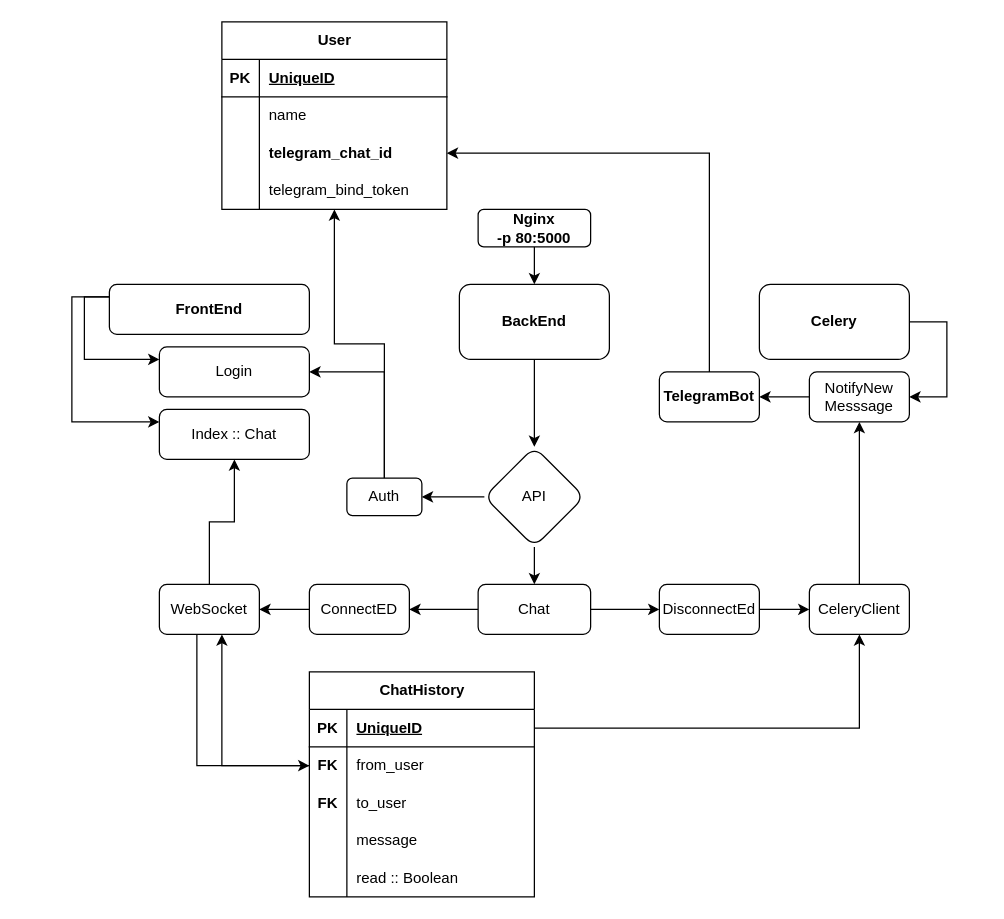
Above: WebDevelopment/MindFusion/data/diagram.drawio in ames0k0/TestWork (draw.io), before the change. Source tidied: cells renumbered, new cells numbered last; positions are measured from the earlier drawing's top-left corner, leaving out a move shared by most shapes. Both pictures are drawn from the tidied source at 125%, with x=0, y=0 at pixel (71, 21).
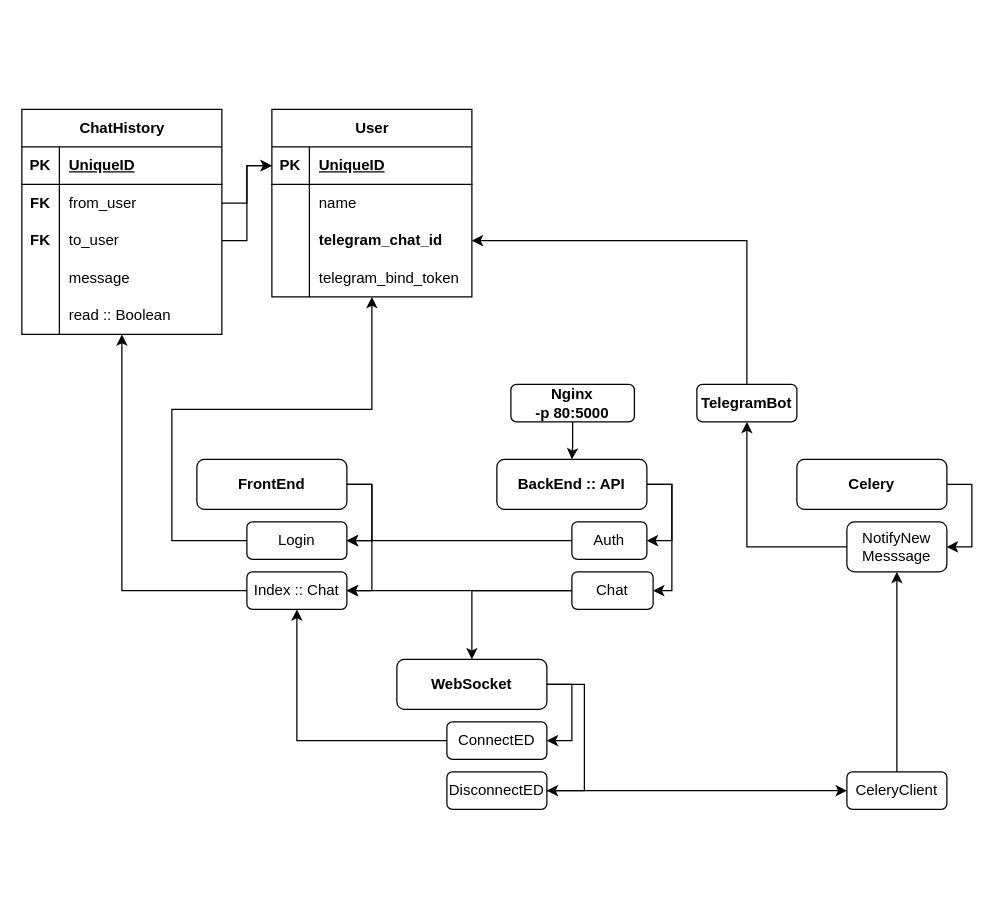
The same diagram, later.

What changed in the source:
```diff
@@
     <mxCell id="2" style="edgeStyle=orthogonalEdgeStyle;rounded=0;jettySize=auto;html=1;" parent="1" edge="1" source="4" target="12">
       <mxGeometry relative="1" as="geometry">
         <Array as="points">
-          <mxPoint x="10" y="220" />
-          <mxPoint x="10" y="270" />
+          <mxPoint x="240" y="370" />
+          <mxPoint x="240" y="415" />
         </Array>
       </mxGeometry>
     </mxCell>
     <mxCell id="3" style="edgeStyle=orthogonalEdgeStyle;rounded=0;jettySize=auto;html=1;" parent="1" edge="1" source="4" target="13">
       <mxGeometry relative="1" as="geometry">
         <Array as="points">
-          <mxPoint y="220" />
-          <mxPoint y="320" />
+          <mxPoint x="240" y="370" />
+          <mxPoint x="240" y="455" />
         </Array>
       </mxGeometry>
     </mxCell>
     <mxCell id="4" value="&lt;b&gt;FrontEnd&lt;/b&gt;" style="rounded=1;whiteSpace=wrap;html=1;" parent="1" vertex="1">
-      <mxGeometry x="30" y="210" width="160" height="40" as="geometry" />
+      <mxGeometry x="100" y="350" width="120" height="40" as="geometry" />
     </mxCell>
-    <mxCell id="5" style="edgeStyle=orthogonalEdgeStyle;rounded=0;jettySize=auto;html=1;" parent="1" edge="1" source="6" target="11">
-      <mxGeometry relative="1" as="geometry" />
-    </mxCell>
+    <mxCell id="66" style="edgeStyle=orthogonalEdgeStyle;rounded=0;jettySize=auto;html=1;" parent="1" edge="1" source="6" target="16">
+      <mxGeometry relative="1" as="geometry">
+        <Array as="points">
+          <mxPoint x="480" y="370" />
+          <mxPoint x="480" y="415" />
+        </Array>
+      </mxGeometry>
+    </mxCell>
+    <mxCell id="67" style="edgeStyle=orthogonalEdgeStyle;rounded=0;jettySize=auto;html=1;" parent="1" edge="1" source="6" target="19">
+      <mxGeometry relative="1" as="geometry">
+        <Array as="points">
+          <mxPoint x="480" y="370" />
+          <mxPoint x="480" y="455" />
+        </Array>
+      </mxGeometry>
+    </mxCell>
-    <mxCell id="6" value="&lt;b&gt;BackEnd&lt;/b&gt;" style="rounded=1;whiteSpace=wrap;html=1;" parent="1" vertex="1">
-      <mxGeometry x="310" y="210" width="120" height="60" as="geometry" />
+    <mxCell id="6" value="&lt;b&gt;BackEnd :: API&lt;/b&gt;" style="rounded=1;whiteSpace=wrap;html=1;" parent="1" vertex="1">
+      <mxGeometry x="340" y="350" width="120" height="40" as="geometry" />
     </mxCell>
     <mxCell id="7" style="edgeStyle=orthogonalEdgeStyle;rounded=0;jettySize=auto;html=1;" parent="1" edge="1" source="8" target="30">
       <mxGeometry relative="1" as="geometry">
         <Array as="points">
-          <mxPoint x="700" y="240" />
-          <mxPoint x="700" y="300" />
+          <mxPoint x="720" y="370" />
+          <mxPoint x="720" y="420" />
         </Array>
       </mxGeometry>
     </mxCell>
     <mxCell id="8" value="&lt;b&gt;Celery&lt;/b&gt;" style="rounded=1;whiteSpace=wrap;html=1;" parent="1" vertex="1">
-      <mxGeometry x="550" y="210" width="120" height="60" as="geometry" />
+      <mxGeometry x="580" y="350" width="120" height="40" as="geometry" />
     </mxCell>
-    <mxCell id="9" style="edgeStyle=orthogonalEdgeStyle;rounded=0;jettySize=auto;html=1;" parent="1" edge="1" source="11" target="16">
-      <mxGeometry relative="1" as="geometry" />
-    </mxCell>
-    <mxCell id="10" style="edgeStyle=orthogonalEdgeStyle;rounded=0;jettySize=auto;html=1;" parent="1" edge="1" source="11" target="19">
-      <mxGeometry relative="1" as="geometry" />
-    </mxCell>
-    <mxCell id="11" value="API" style="rhombus;whiteSpace=wrap;html=1;rounded=1;" parent="1" vertex="1">
-      <mxGeometry x="330" y="340" width="80" height="80" as="geometry" />
-    </mxCell>
+    <mxCell id="68" style="edgeStyle=orthogonalEdgeStyle;rounded=0;jettySize=auto;html=1;" parent="1" edge="1" source="12" target="31">
+      <mxGeometry relative="1" as="geometry">
+        <Array as="points">
+          <mxPoint x="80" y="415" />
+          <mxPoint x="80" y="310" />
+          <mxPoint x="240" y="310" />
+        </Array>
+      </mxGeometry>
+    </mxCell>
     <mxCell id="12" value="Login" style="whiteSpace=wrap;html=1;rounded=1;" parent="1" vertex="1">
-      <mxGeometry x="70" y="260" width="120" height="40" as="geometry" />
+      <mxGeometry x="140" y="400" width="80" height="30" as="geometry" />
     </mxCell>
+    <mxCell id="69" style="edgeStyle=orthogonalEdgeStyle;rounded=0;jettySize=auto;html=1;" parent="1" edge="1" source="13" target="45">
+      <mxGeometry relative="1" as="geometry" />
+    </mxCell>
     <mxCell id="13" value="Index :: Chat" style="whiteSpace=wrap;html=1;rounded=1;" parent="1" vertex="1">
-      <mxGeometry x="70" y="310" width="120" height="40" as="geometry" />
+      <mxGeometry x="140" y="440" width="80" height="30" as="geometry" />
     </mxCell>
     <mxCell id="14" style="edgeStyle=orthogonalEdgeStyle;rounded=0;jettySize=auto;html=1;" parent="1" edge="1" source="16" target="12">
-      <mxGeometry relative="1" as="geometry">
-        <Array as="points">
-          <mxPoint x="250" y="280" />
-        </Array>
-      </mxGeometry>
+      <mxGeometry relative="1" as="geometry" />
     </mxCell>
-    <mxCell id="15" style="edgeStyle=orthogonalEdgeStyle;rounded=0;jettySize=auto;html=1;" parent="1" edge="1" source="16" target="31">
-      <mxGeometry relative="1" as="geometry" />
-    </mxCell>
     <mxCell id="16" value="Auth" style="whiteSpace=wrap;html=1;rounded=1;" parent="1" vertex="1">
-      <mxGeometry x="220" y="365" width="60" height="30" as="geometry" />
+      <mxGeometry x="400" y="400" width="60" height="30" as="geometry" />
     </mxCell>
-    <mxCell id="17" style="edgeStyle=orthogonalEdgeStyle;rounded=0;jettySize=auto;html=1;" parent="1" edge="1" source="19" target="24">
-      <mxGeometry relative="1" as="geometry" />
-    </mxCell>
-    <mxCell id="18" style="edgeStyle=orthogonalEdgeStyle;rounded=0;jettySize=auto;html=1;" parent="1" edge="1" source="19" target="26">
-      <mxGeometry relative="1" as="geometry" />
-    </mxCell>
+    <mxCell id="70" style="edgeStyle=orthogonalEdgeStyle;rounded=0;jettySize=auto;html=1;" parent="1" edge="1" source="19" target="22">
+      <mxGeometry relative="1" as="geometry" />
+    </mxCell>
+    <mxCell id="71" style="edgeStyle=orthogonalEdgeStyle;rounded=0;jettySize=auto;html=1;" parent="1" edge="1" source="19" target="13">
+      <mxGeometry relative="1" as="geometry" />
+    </mxCell>
     <mxCell id="19" value="Chat" style="rounded=1;whiteSpace=wrap;html=1;" parent="1" vertex="1">
-      <mxGeometry x="325" y="450" width="90" height="40" as="geometry" />
+      <mxGeometry x="400" y="440" width="65" height="30" as="geometry" />
     </mxCell>
-    <mxCell id="20" style="edgeStyle=orthogonalEdgeStyle;rounded=0;jettySize=auto;html=1;" parent="1" edge="1" source="22" target="13">
-      <mxGeometry relative="1" as="geometry" />
-    </mxCell>
-    <mxCell id="21" style="edgeStyle=orthogonalEdgeStyle;rounded=0;jettySize=auto;html=1;" parent="1" edge="1" source="22" target="45">
-      <mxGeometry relative="1" as="geometry">
-        <Array as="points">
-          <mxPoint x="100" y="595" />
-        </Array>
-      </mxGeometry>
-    </mxCell>
-    <mxCell id="22" value="WebSocket" style="whiteSpace=wrap;html=1;rounded=1;" parent="1" vertex="1">
-      <mxGeometry x="70" y="450" width="80" height="40" as="geometry" />
-    </mxCell>
-    <mxCell id="23" style="edgeStyle=orthogonalEdgeStyle;rounded=0;jettySize=auto;html=1;" parent="1" edge="1" source="24" target="22">
-      <mxGeometry relative="1" as="geometry" />
-    </mxCell>
-    <mxCell id="24" value="ConnectED" style="whiteSpace=wrap;html=1;rounded=1;" parent="1" vertex="1">
-      <mxGeometry x="190" y="450" width="80" height="40" as="geometry" />
-    </mxCell>
-    <mxCell id="25" style="edgeStyle=orthogonalEdgeStyle;rounded=0;jettySize=auto;html=1;" parent="1" edge="1" source="26" target="28">
-      <mxGeometry relative="1" as="geometry" />
-    </mxCell>
-    <mxCell id="26" value="DisconnectEd" style="whiteSpace=wrap;html=1;rounded=1;" parent="1" vertex="1">
-      <mxGeometry x="470" y="450" width="80" height="40" as="geometry" />
-    </mxCell>
@@
     <mxCell id="28" value="CeleryClient" style="whiteSpace=wrap;html=1;rounded=1;" parent="1" vertex="1">
-      <mxGeometry x="590" y="450" width="80" height="40" as="geometry" />
+      <mxGeometry x="620" y="600" width="80" height="30" as="geometry" />
     </mxCell>
@@
     <mxCell id="30" value="NotifyNew&lt;div&gt;Messsage&lt;/div&gt;" style="whiteSpace=wrap;html=1;rounded=1;" parent="1" vertex="1">
-      <mxGeometry x="590" y="280" width="80" height="40" as="geometry" />
+      <mxGeometry x="620" y="400" width="80" height="40" as="geometry" />
     </mxCell>
     <mxCell id="31" value="User" style="shape=table;startSize=30;childLayout=tableLayout;rowLines=0;fontStyle=1;align=center;html=1;" parent="1" vertex="1">
-      <mxGeometry x="120" width="180" height="150" as="geometry" />
+      <mxGeometry x="160" y="70" width="160" height="150" as="geometry" />
     </mxCell>
     <mxCell id="32" style="shape=tableRow;horizontal=0;startSize=0;swimlaneHead=0;swimlaneBody=0;fillColor=none;points=[[0,0.5],[1,0.5]];portConstraint=eastwest;top=0;left=0;right=0;bottom=1;" parent="31" vertex="1">
-      <mxGeometry y="30" width="180" height="30" as="geometry" />
+      <mxGeometry y="30" width="160" height="30" as="geometry" />
     </mxCell>
@@
     <mxCell id="34" value="UniqueID" style="shape=partialRectangle;fillColor=none;top=0;left=0;bottom=0;right=0;align=left;spacingLeft=6;fontStyle=5;overflow=hidden;whiteSpace=wrap;html=1;" parent="32" vertex="1">
-      <mxGeometry x="30" width="150" height="30" as="geometry" />
+      <mxGeometry x="30" width="130" height="30" as="geometry" />
     </mxCell>
     <mxCell id="35" style="shape=tableRow;horizontal=0;startSize=0;swimlaneHead=0;swimlaneBody=0;fillColor=none;top=0;left=0;right=0;bottom=0;" parent="31" vertex="1">
-      <mxGeometry y="60" width="180" height="30" as="geometry" />
+      <mxGeometry y="60" width="160" height="30" as="geometry" />
     </mxCell>
@@
     <mxCell id="37" value="name" style="shape=partialRectangle;fillColor=none;top=0;left=0;bottom=0;right=0;align=left;spacingLeft=6;overflow=hidden;whiteSpace=wrap;html=1;" parent="35" vertex="1">
-      <mxGeometry x="30" width="150" height="30" as="geometry" />
+      <mxGeometry x="30" width="130" height="30" as="geometry" />
     </mxCell>
     <mxCell id="38" style="shape=tableRow;horizontal=0;startSize=0;swimlaneHead=0;swimlaneBody=0;fillColor=none;points=[[0,0.5],[1,0.5]];portConstraint=eastwest;top=0;left=0;right=0;bottom=0;" parent="31" vertex="1">
-      <mxGeometry y="90" width="180" height="30" as="geometry" />
+      <mxGeometry y="90" width="160" height="30" as="geometry" />
     </mxCell>
@@
     <mxCell id="40" value="&lt;b&gt;telegram_chat_id&lt;/b&gt;" style="shape=partialRectangle;fillColor=none;top=0;left=0;bottom=0;right=0;align=left;spacingLeft=6;overflow=hidden;whiteSpace=wrap;html=1;" parent="38" vertex="1">
-      <mxGeometry x="30" width="150" height="30" as="geometry" />
+      <mxGeometry x="30" width="130" height="30" as="geometry" />
     </mxCell>
     <mxCell id="41" style="shape=tableRow;horizontal=0;startSize=0;swimlaneHead=0;swimlaneBody=0;fillColor=none;top=0;left=0;right=0;bottom=0;" parent="31" vertex="1">
-      <mxGeometry y="120" width="180" height="30" as="geometry" />
+      <mxGeometry y="120" width="160" height="30" as="geometry" />
     </mxCell>
@@
     <mxCell id="43" value="telegram_bind_token" style="shape=partialRectangle;fillColor=none;top=0;left=0;bottom=0;right=0;align=left;spacingLeft=6;overflow=hidden;whiteSpace=wrap;html=1;" parent="41" vertex="1">
-      <mxGeometry x="30" width="150" height="30" as="geometry" />
+      <mxGeometry x="30" width="130" height="30" as="geometry" />
     </mxCell>
-    <mxCell id="44" style="edgeStyle=orthogonalEdgeStyle;rounded=0;jettySize=auto;html=1;" parent="1" edge="1" source="45" target="22">
-      <mxGeometry relative="1" as="geometry">
-        <Array as="points">
-          <mxPoint x="120" y="595" />
-        </Array>
-      </mxGeometry>
-    </mxCell>
     <mxCell id="45" value="ChatHistory" style="shape=table;startSize=30;childLayout=tableLayout;rowLines=0;fontStyle=1;align=center;html=1;" parent="1" vertex="1">
-      <mxGeometry x="190" y="520" width="180" height="180" as="geometry" />
+      <mxGeometry x="-40" y="70" width="160" height="180" as="geometry" />
     </mxCell>
     <mxCell id="46" style="shape=tableRow;horizontal=0;startSize=0;swimlaneHead=0;swimlaneBody=0;fillColor=none;points=[[0,0.5],[1,0.5]];portConstraint=eastwest;top=0;left=0;right=0;bottom=1;" parent="45" vertex="1">
-      <mxGeometry y="30" width="180" height="30" as="geometry" />
+      <mxGeometry y="30" width="160" height="30" as="geometry" />
     </mxCell>
@@
     <mxCell id="48" value="UniqueID" style="shape=partialRectangle;fillColor=none;top=0;left=0;bottom=0;right=0;align=left;spacingLeft=6;fontStyle=5;overflow=hidden;whiteSpace=wrap;html=1;" parent="46" vertex="1">
-      <mxGeometry x="30" width="150" height="30" as="geometry" />
+      <mxGeometry x="30" width="130" height="30" as="geometry" />
     </mxCell>
     <mxCell id="49" style="shape=tableRow;horizontal=0;startSize=0;swimlaneHead=0;swimlaneBody=0;fillColor=none;points=[[0,0.5],[1,0.5]];portConstraint=eastwest;top=0;left=0;right=0;bottom=0;" parent="45" vertex="1">
-      <mxGeometry y="60" width="180" height="30" as="geometry" />
+      <mxGeometry y="60" width="160" height="30" as="geometry" />
     </mxCell>
@@
     <mxCell id="51" value="from_user" style="shape=partialRectangle;fillColor=none;top=0;left=0;bottom=0;right=0;align=left;spacingLeft=6;overflow=hidden;whiteSpace=wrap;html=1;" parent="49" vertex="1">
-      <mxGeometry x="30" width="150" height="30" as="geometry" />
+      <mxGeometry x="30" width="130" height="30" as="geometry" />
     </mxCell>
     <mxCell id="52" style="shape=tableRow;horizontal=0;startSize=0;swimlaneHead=0;swimlaneBody=0;fillColor=none;points=[[0,0.5],[1,0.5]];portConstraint=eastwest;top=0;left=0;right=0;bottom=0;" parent="45" vertex="1">
-      <mxGeometry y="90" width="180" height="30" as="geometry" />
+      <mxGeometry y="90" width="160" height="30" as="geometry" />
     </mxCell>
@@
     <mxCell id="54" value="to_user" style="shape=partialRectangle;fillColor=none;top=0;left=0;bottom=0;right=0;align=left;spacingLeft=6;overflow=hidden;whiteSpace=wrap;html=1;" parent="52" vertex="1">
-      <mxGeometry x="30" width="150" height="30" as="geometry" />
+      <mxGeometry x="30" width="130" height="30" as="geometry" />
     </mxCell>
     <mxCell id="55" style="shape=tableRow;horizontal=0;startSize=0;swimlaneHead=0;swimlaneBody=0;fillColor=none;top=0;left=0;right=0;bottom=0;" parent="45" vertex="1">
-      <mxGeometry y="120" width="180" height="30" as="geometry" />
+      <mxGeometry y="120" width="160" height="30" as="geometry" />
     </mxCell>
@@
     <mxCell id="57" value="message" style="shape=partialRectangle;fillColor=none;top=0;left=0;bottom=0;right=0;align=left;spacingLeft=6;overflow=hidden;whiteSpace=wrap;html=1;" parent="55" vertex="1">
-      <mxGeometry x="30" width="150" height="30" as="geometry" />
+      <mxGeometry x="30" width="130" height="30" as="geometry" />
     </mxCell>
     <mxCell id="58" style="shape=tableRow;horizontal=0;startSize=0;swimlaneHead=0;swimlaneBody=0;fillColor=none;top=0;left=0;right=0;bottom=0;" parent="45" vertex="1">
-      <mxGeometry y="150" width="180" height="30" as="geometry" />
+      <mxGeometry y="150" width="160" height="30" as="geometry" />
     </mxCell>
@@
     <mxCell id="60" value="read :: Boolean" style="shape=partialRectangle;fillColor=none;top=0;left=0;bottom=0;right=0;align=left;spacingLeft=6;overflow=hidden;whiteSpace=wrap;html=1;" parent="58" vertex="1">
-      <mxGeometry x="30" width="150" height="30" as="geometry" />
+      <mxGeometry x="30" width="130" height="30" as="geometry" />
     </mxCell>
@@
     <mxCell id="62" value="&lt;b&gt;TelegramBot&lt;/b&gt;" style="rounded=1;whiteSpace=wrap;html=1;" parent="1" vertex="1">
-      <mxGeometry x="470" y="280" width="80" height="40" as="geometry" />
+      <mxGeometry x="500" y="290" width="80" height="30" as="geometry" />
     </mxCell>
-    <mxCell id="63" style="edgeStyle=orthogonalEdgeStyle;rounded=0;jettySize=auto;html=1;" parent="1" edge="1" source="46" target="28">
-      <mxGeometry relative="1" as="geometry" />
-    </mxCell>
@@
     <mxCell id="65" value="&lt;b&gt;Nginx&lt;/b&gt;&lt;div&gt;&lt;b&gt;-p 80:5000&lt;/b&gt;&lt;/div&gt;" style="rounded=1;whiteSpace=wrap;html=1;" parent="1" vertex="1">
-      <mxGeometry x="325" y="150" width="90" height="30" as="geometry" />
+      <mxGeometry x="351.2" y="290" width="98.8" height="30" as="geometry" />
     </mxCell>
+    <mxCell id="72" style="edgeStyle=orthogonalEdgeStyle;rounded=0;jettySize=auto;html=1;" parent="1" edge="1" source="22" target="24">
+      <mxGeometry relative="1" as="geometry">
+        <Array as="points">
+          <mxPoint x="400" y="530" />
+          <mxPoint x="400" y="575" />
+        </Array>
+      </mxGeometry>
+    </mxCell>
+    <mxCell id="73" style="edgeStyle=orthogonalEdgeStyle;rounded=0;jettySize=auto;html=1;" parent="1" edge="1" source="22" target="76">
+      <mxGeometry relative="1" as="geometry">
+        <Array as="points">
+          <mxPoint x="410" y="530" />
+          <mxPoint x="410" y="615" />
+        </Array>
+      </mxGeometry>
+    </mxCell>
+    <mxCell id="22" value="&lt;b&gt;WebSocket&lt;/b&gt;" style="whiteSpace=wrap;html=1;rounded=1;" parent="1" vertex="1">
+      <mxGeometry x="260" y="510" width="120" height="40" as="geometry" />
+    </mxCell>
+    <mxCell id="74" style="edgeStyle=orthogonalEdgeStyle;rounded=0;jettySize=auto;html=1;" parent="1" edge="1" source="24" target="13">
+      <mxGeometry relative="1" as="geometry" />
+    </mxCell>
+    <mxCell id="24" value="ConnectED" style="whiteSpace=wrap;html=1;rounded=1;" parent="1" vertex="1">
+      <mxGeometry x="300" y="560" width="80" height="30" as="geometry" />
+    </mxCell>
+    <mxCell id="75" style="edgeStyle=orthogonalEdgeStyle;rounded=0;jettySize=auto;html=1;" parent="1" edge="1" source="76" target="28">
+      <mxGeometry relative="1" as="geometry" />
+    </mxCell>
+    <mxCell id="76" value="DisconnectED" style="whiteSpace=wrap;html=1;rounded=1;" parent="1" vertex="1">
+      <mxGeometry x="300" y="600" width="80" height="30" as="geometry" />
+    </mxCell>
+    <mxCell id="77" style="edgeStyle=orthogonalEdgeStyle;rounded=0;jettySize=auto;html=1;" parent="1" edge="1" source="49" target="32">
+      <mxGeometry relative="1" as="geometry" />
+    </mxCell>
+    <mxCell id="78" style="edgeStyle=orthogonalEdgeStyle;rounded=0;jettySize=auto;html=1;" parent="1" edge="1" source="52" target="32">
+      <mxGeometry relative="1" as="geometry" />
+    </mxCell>
```
